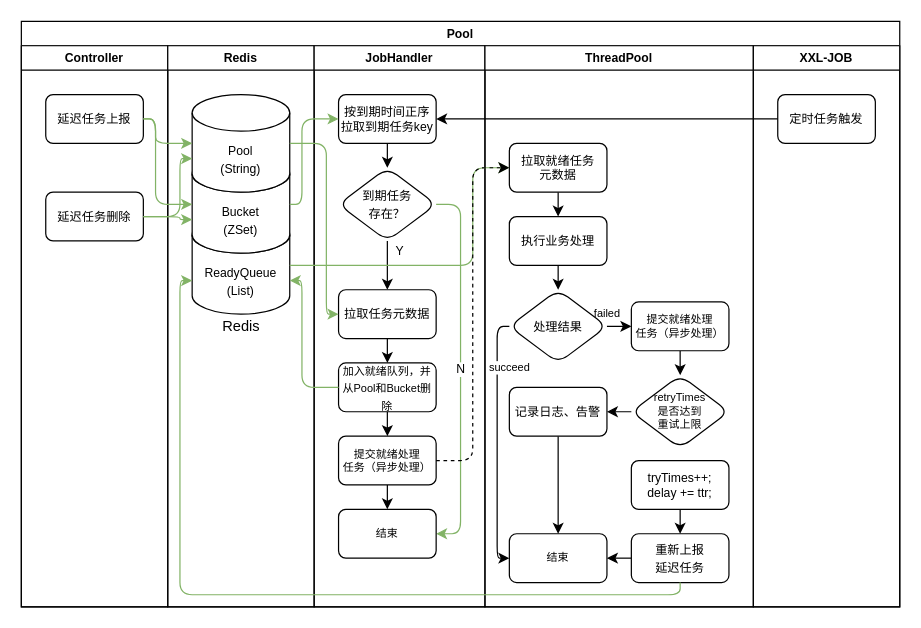
Before: graph/delay-queue-workflow.drawio in kwseeker/develop-kit, a draw.io diagram. Source tidied: cells renumbered, new cells numbered last; positions are measured from the earlier drawing's top-left corner, leaving out a move shared by most shapes. Both pictures are drawn from the tidied source at 122%, with x=0, y=0 at pixel (21, 21).
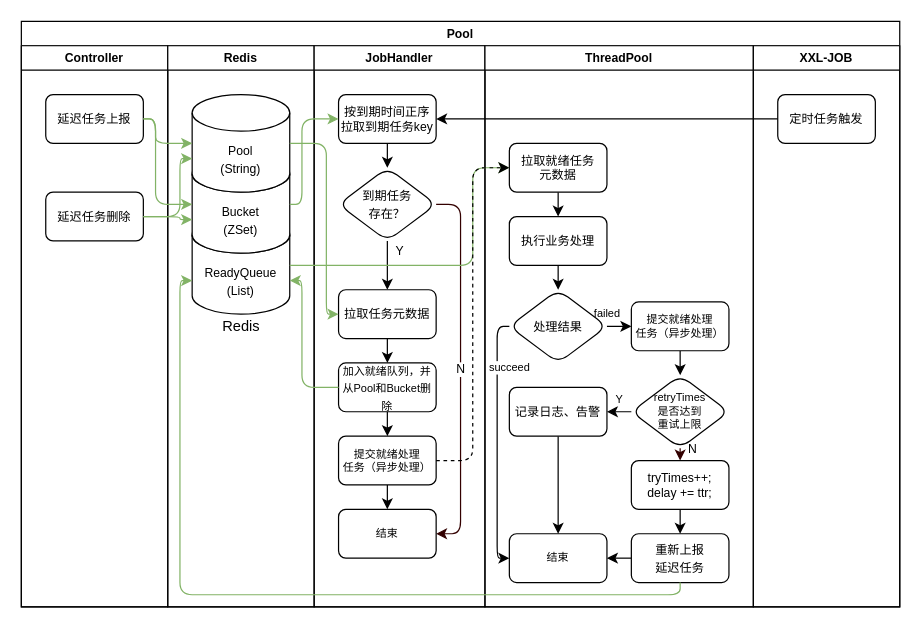
After the change.

Commit message (it also covers changes not shown here):
基于Redis(ZSet,List) & XXL-JOB 的延迟队列

Unchanged cells that the change refers to:
```xml
<mxCell id="11" value="JobHandler" style="swimlane;startSize=20;fontSize=10;" parent="2" vertex="1">
  <mxGeometry x="240" y="20" width="140" height="460" as="geometry" />
</mxCell>
<mxCell id="16" value="&lt;font style=&quot;font-size: 10px&quot;&gt;到期任务&lt;br&gt;存在？&lt;/font&gt;" style="rhombus;whiteSpace=wrap;html=1;rounded=1;" parent="11" vertex="1">
  <mxGeometry x="20" y="100" width="80" height="60" as="geometry" />
</mxCell>
<mxCell id="22" value="&lt;div style=&quot;font-size: 9px&quot;&gt;结束&lt;/div&gt;" style="rounded=1;whiteSpace=wrap;html=1;" parent="11" vertex="1">
  <mxGeometry x="20" y="380" width="80" height="40" as="geometry" />
</mxCell>
<mxCell id="24" value="ThreadPool" style="swimlane;startSize=20;fontSize=10;" parent="2" vertex="1">
  <mxGeometry x="380" y="20" width="220" height="460" as="geometry" />
</mxCell>
<mxCell id="36" value="&lt;div style=&quot;font-size: 9px&quot;&gt;&lt;font style=&quot;font-size: 9px&quot;&gt;retryTimes&lt;/font&gt;&lt;/div&gt;&lt;div style=&quot;font-size: 9px&quot;&gt;&lt;font style=&quot;font-size: 9px&quot;&gt;是否达到&lt;/font&gt;&lt;/div&gt;&lt;div style=&quot;font-size: 9px&quot;&gt;&lt;font style=&quot;font-size: 9px&quot;&gt;重试上限&lt;/font&gt;&lt;/div&gt;" style="rhombus;whiteSpace=wrap;html=1;rounded=1;" parent="24" vertex="1">
  <mxGeometry x="120" y="270" width="80" height="60" as="geometry" />
</mxCell>
<mxCell id="38" value="&lt;div&gt;&lt;font size=&quot;1&quot;&gt;记录日志、告警&lt;/font&gt;&lt;br&gt;&lt;/div&gt;" style="rounded=1;whiteSpace=wrap;html=1;" parent="24" vertex="1">
  <mxGeometry x="20" y="280" width="80" height="40" as="geometry" />
</mxCell>
<mxCell id="39" value="&lt;div style=&quot;font-size: 10px&quot;&gt;&lt;div&gt;&lt;font style=&quot;font-size: 10px&quot;&gt;tryTimes++;&lt;/font&gt;&lt;/div&gt;&lt;div&gt;&lt;font style=&quot;font-size: 10px&quot;&gt;delay += ttr;&lt;/font&gt;&lt;/div&gt;&lt;/div&gt;" style="rounded=1;whiteSpace=wrap;html=1;" parent="24" vertex="1">
  <mxGeometry x="120" y="340" width="80" height="40" as="geometry" />
</mxCell>
```

The edit, as a diff of the source:
```diff
@@
-    <mxCell id="15" value="N" style="edgeStyle=orthogonalEdgeStyle;rounded=1;jettySize=auto;html=1;exitX=1;exitY=0.5;exitDx=0;exitDy=0;entryX=1;entryY=0.5;entryDx=0;entryDy=0;fontSize=10;strokeWidth=1;fillColor=#d5e8d4;strokeColor=#82b366;" parent="11" edge="1" source="16" target="22">
+    <mxCell id="15" value="N" style="edgeStyle=orthogonalEdgeStyle;rounded=1;jettySize=auto;html=1;exitX=1;exitY=0.5;exitDx=0;exitDy=0;entryX=1;entryY=0.5;entryDx=0;entryDy=0;fontSize=10;strokeWidth=1;fillColor=#d5e8d4;strokeColor=#330000;" parent="11" edge="1" source="16" target="22">
       <mxGeometry relative="1" as="geometry" />
     </mxCell>
@@
-    <mxCell id="35" style="edgeStyle=orthogonalEdgeStyle;rounded=1;jettySize=auto;html=1;exitX=0;exitY=0.5;exitDx=0;exitDy=0;fontSize=9;strokeWidth=1;" parent="24" edge="1" source="36" target="38">
-      <mxGeometry relative="1" as="geometry" />
+    <mxCell id="35" value="Y" style="edgeStyle=orthogonalEdgeStyle;rounded=1;jettySize=auto;html=1;exitX=0;exitY=0.5;exitDx=0;exitDy=0;fontSize=9;strokeWidth=1;" parent="24" edge="1" source="36" target="38">
+      <mxGeometry x="0.67" y="-10" relative="1" as="geometry" />
     </mxCell>
+    <mxCell id="56" value="N" style="edgeStyle=orthogonalEdgeStyle;rounded=1;jettySize=auto;html=1;exitX=0.5;exitY=1;exitDx=0;exitDy=0;entryX=0.5;entryY=0;entryDx=0;entryDy=0;fontSize=10;strokeColor=#330000;strokeWidth=1;" parent="24" edge="1" source="36" target="39">
+      <mxGeometry x="-1" y="10" relative="1" as="geometry">
+        <Array as="points">
+          <mxPoint x="160" y="330" />
+        </Array>
+      </mxGeometry>
+    </mxCell>
```
